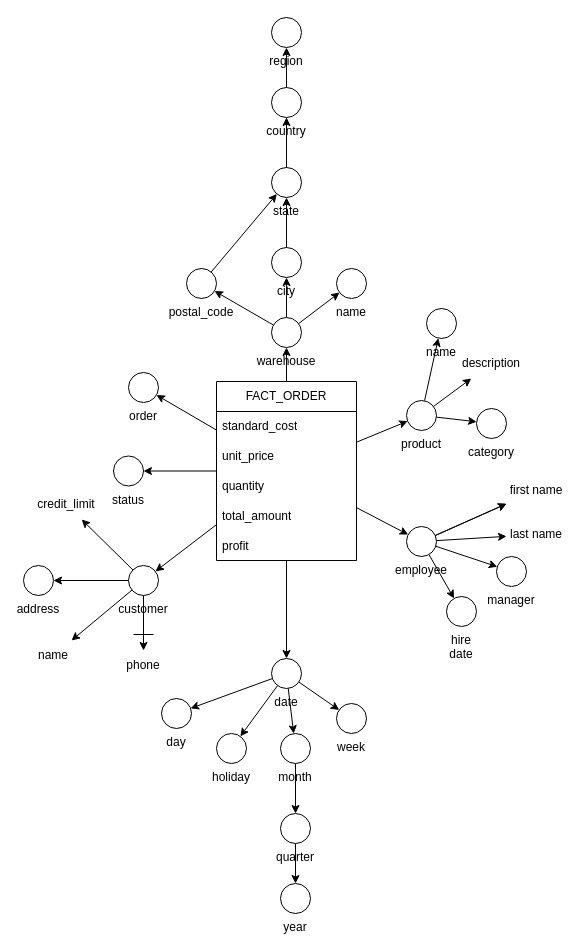
Before: page "ORDER_FACTS" (1 of 4) of docs/DFM.drawio in joaobraganca555/GlobalTech_ETL, a draw.io diagram. Source tidied: cells renumbered, new cells numbered last; positions are measured from the earlier drawing's top-left corner, leaving out a move shared by most shapes. Both pictures are drawn from the tidied source at 100%, with x=0, y=0 at pixel (23, 17).
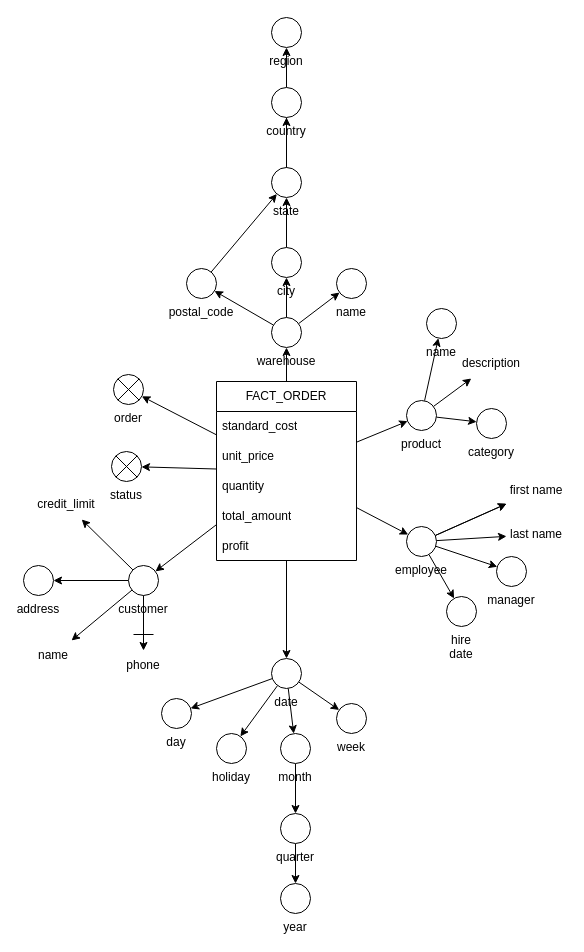
After the change.

Commit message (it also covers changes not shown here):
fill dw table facts

Change to the diagram source:
```diff
@@
-    <mxCell id="70" value="order" style="ellipse;whiteSpace=wrap;html=1;labelPosition=center;verticalLabelPosition=bottom;align=center;verticalAlign=top;labelBackgroundColor=none;" parent="1" vertex="1">
-      <mxGeometry x="105" y="355" width="30" height="30" as="geometry" />
+    <mxCell id="70" value="order" style="shape=sumEllipse;perimeter=ellipsePerimeter;whiteSpace=wrap;html=1;backgroundOutline=1;labelPosition=center;verticalLabelPosition=bottom;align=center;verticalAlign=top;" parent="1" vertex="1">
+      <mxGeometry x="90" y="357" width="30" height="30" as="geometry" />
     </mxCell>
-    <mxCell id="71" value="status" style="ellipse;whiteSpace=wrap;html=1;labelPosition=center;verticalLabelPosition=bottom;align=center;verticalAlign=top;labelBackgroundColor=none;" parent="1" vertex="1">
-      <mxGeometry x="90" y="438.5" width="30" height="30" as="geometry" />
+    <mxCell id="71" value="status" style="shape=sumEllipse;perimeter=ellipsePerimeter;whiteSpace=wrap;html=1;backgroundOutline=1;labelPosition=center;verticalLabelPosition=bottom;align=center;verticalAlign=top;" parent="1" vertex="1">
+      <mxGeometry x="88" y="434" width="30" height="30" as="geometry" />
     </mxCell>
```
